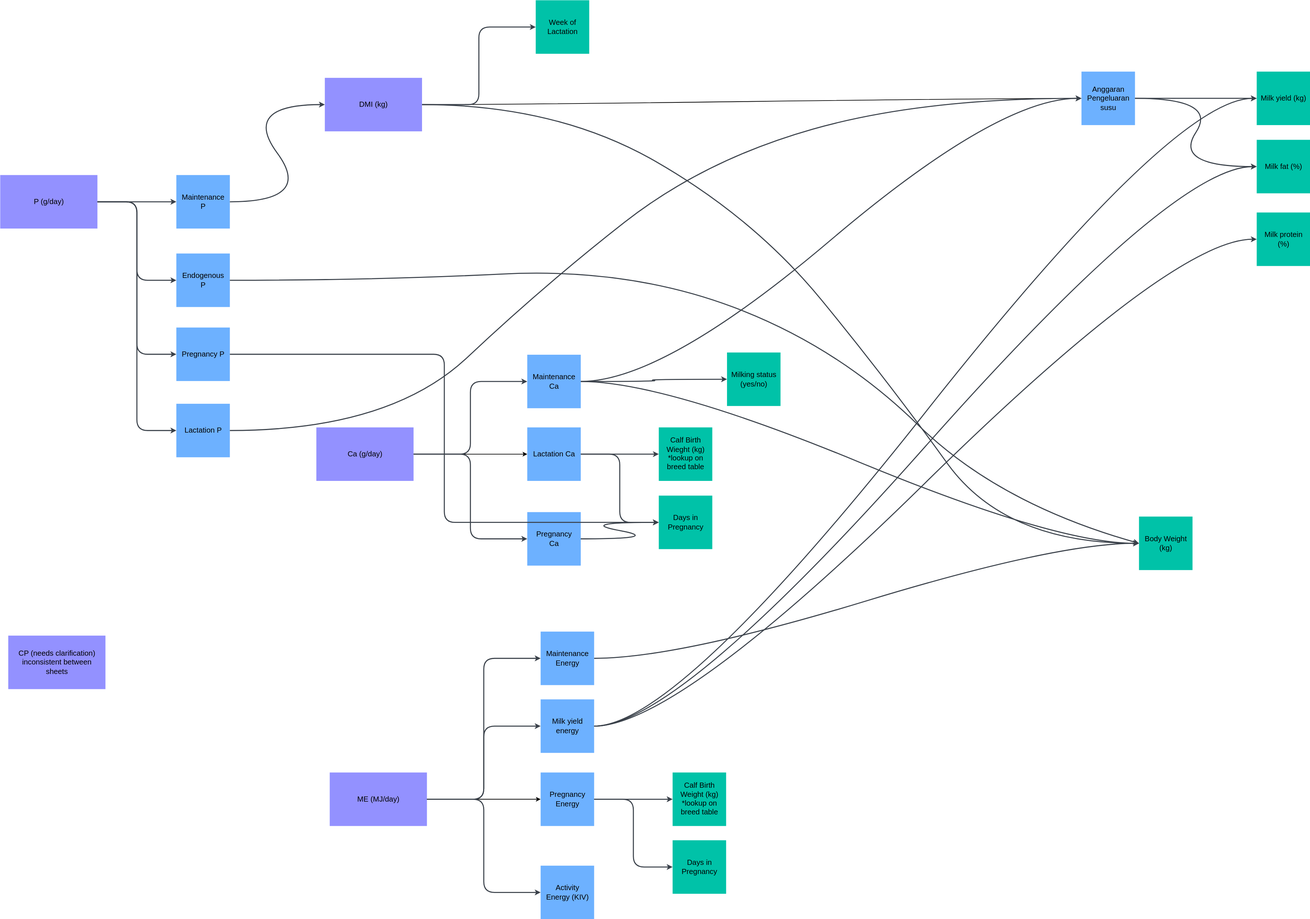
Earlier version of the draw.io export nutrient-requirements.drawio.svg (piperdd/MARDI-diagrams). Source tidied: cells renumbered, new cells last; positions are measured from the earlier drawing's top-left corner, leaving out a move shared by most shapes.
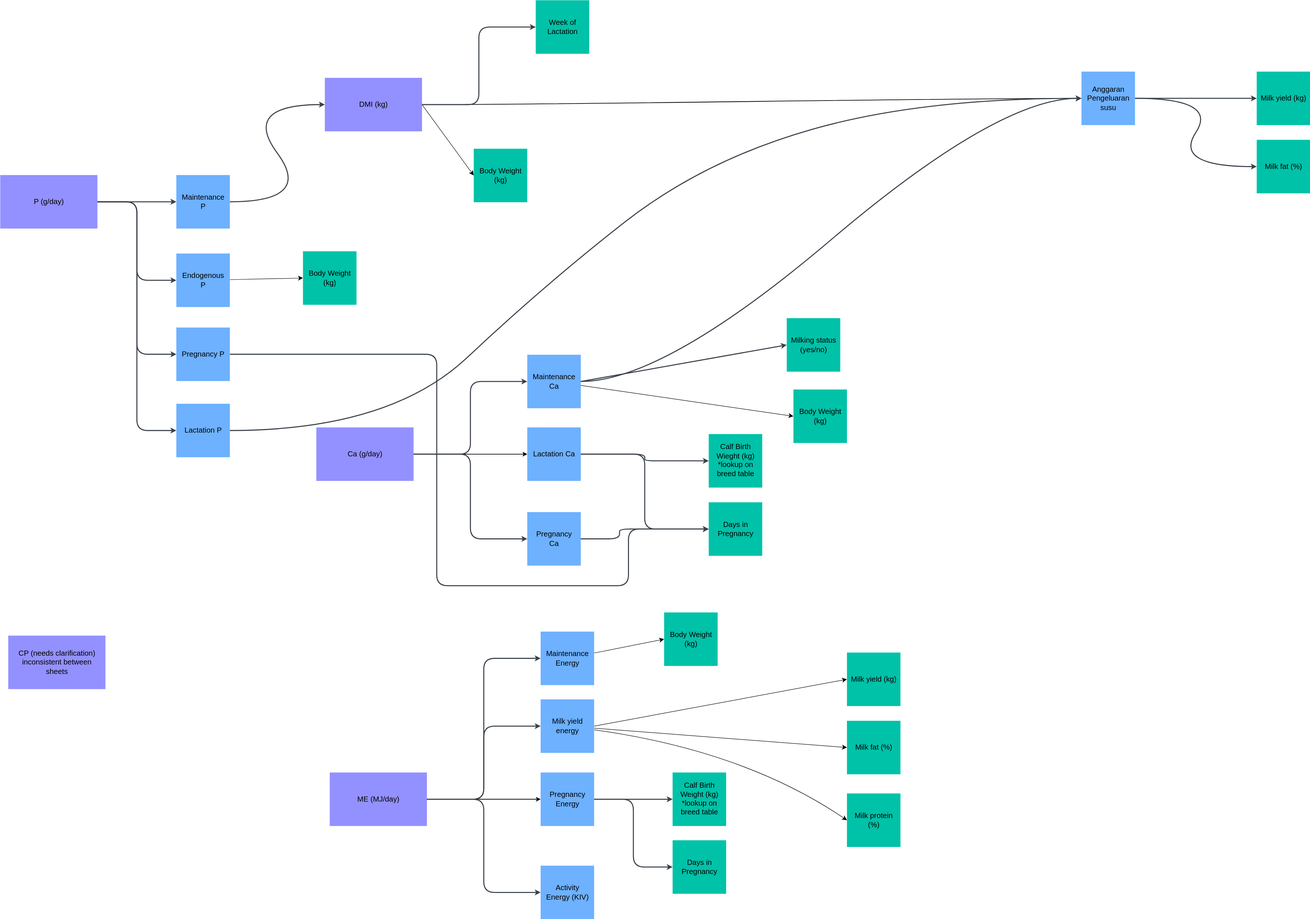
The same file after the commit.

Diff of the diagram source:
```diff
@@ -10,19 +10,12 @@
         </Array>
       </mxGeometry>
     </mxCell>
+    <mxCell id="61" style="edgeStyle=none;curved=1;rounded=0;jettySize=auto;html=1;entryX=0;entryY=0.5;entryDx=0;entryDy=0;fontSize=12;startSize=8;endSize=8;exitX=1;exitY=0.5;exitDx=0;exitDy=0;" parent="1" edge="1" source="3" target="70">
+      <mxGeometry relative="1" as="geometry" />
+    </mxCell>
     <mxCell id="3" value="DMI (kg)" style="html=1;overflow=block;blockSpacing=1;whiteSpace=wrap;fontSize=16.7;spacing=9;strokeColor=none;strokeOpacity=0;fillOpacity=100;fillColor=#9391ff;strokeWidth=0;lucidId=-.CI_wQ8EZIK;" parent="1" vertex="1">
       <mxGeometry x="728" y="174" width="218" height="120" as="geometry" />
     </mxCell>
-    <mxCell id="4" style="html=1;jettySize=18;whiteSpace=wrap;fontSize=13;strokeColor=#3a414a;strokeOpacity=100;strokeWidth=2.3;rounded=1;arcSize=48;curved=1;startArrow=none;exitX=1;exitY=0.5;exitPerimeter=0;entryX=0;entryY=0.5;entryPerimeter=0;lucidId=fp0BFd1WS6S2;" parent="1" edge="1" source="3" target="29">
-      <mxGeometry relative="1" as="geometry">
-        <Array as="points">
-          <mxPoint x="1248" y="234" />
-          <mxPoint x="1692" y="489" />
-          <mxPoint x="1994" y="858" />
-          <mxPoint x="2253" y="1218" />
-        </Array>
-      </mxGeometry>
-    </mxCell>
     <mxCell id="5" value="Week of Lactation" style="html=1;overflow=block;blockSpacing=1;whiteSpace=wrap;fontSize=16.7;align=center;spacing=9;strokeColor=none;strokeOpacity=0;fillOpacity=100;fillColor=#00c2a8;strokeWidth=0;lucidId=Lp0B8JUC1BkQ;" parent="1" vertex="1">
       <mxGeometry x="1201" width="120" height="120" as="geometry" />
     </mxCell>
@@ -63,12 +56,28 @@
     <mxCell id="14" style="html=1;jettySize=18;whiteSpace=wrap;fontSize=13;strokeColor=#3a414a;strokeOpacity=100;strokeWidth=2.3;rounded=1;arcSize=48;edgeStyle=orthogonalEdgeStyle;startArrow=none;exitX=1;exitY=0.5;exitPerimeter=0;entryX=0;entryY=0.5;entryPerimeter=0;lucidId=It0BwNI_YE4~;" parent="1" edge="1" source="13" target="15">
       <mxGeometry relative="1" as="geometry" />
     </mxCell>
+    <mxCell id="62" style="edgeStyle=none;curved=1;rounded=0;jettySize=auto;html=1;entryX=0;entryY=0.5;entryDx=0;entryDy=0;fontSize=12;startSize=8;endSize=8;" parent="1" edge="1" source="15" target="68">
+      <mxGeometry relative="1" as="geometry" />
+    </mxCell>
     <mxCell id="15" value="Maintenance Energy" style="html=1;overflow=block;blockSpacing=1;whiteSpace=wrap;fontSize=16.7;align=center;spacing=9;strokeColor=none;strokeOpacity=0;fillOpacity=100;fillColor=#6db1ff;strokeWidth=0;lucidId=It0B8y7tNSn7;" parent="1" vertex="1">
       <mxGeometry x="1212" y="1416" width="120" height="120" as="geometry" />
     </mxCell>
     <mxCell id="16" style="html=1;jettySize=18;whiteSpace=wrap;fontSize=13;strokeColor=#3a414a;strokeOpacity=100;strokeWidth=2.3;rounded=1;arcSize=48;edgeStyle=orthogonalEdgeStyle;startArrow=none;exitX=1;exitY=0.5;exitPerimeter=0;entryX=0;entryY=0.5;entryPerimeter=0;lucidId=It0BuZKODYbJ;" parent="1" edge="1" source="13" target="17">
       <mxGeometry relative="1" as="geometry" />
     </mxCell>
+    <mxCell id="63" style="edgeStyle=none;curved=1;rounded=0;jettySize=auto;html=1;exitX=1;exitY=0.5;exitDx=0;exitDy=0;entryX=0;entryY=0.5;entryDx=0;entryDy=0;fontSize=12;startSize=8;endSize=8;" parent="1" edge="1" source="17" target="66">
+      <mxGeometry relative="1" as="geometry" />
+    </mxCell>
+    <mxCell id="64" style="edgeStyle=none;curved=1;rounded=0;jettySize=auto;html=1;entryX=0;entryY=0.5;entryDx=0;entryDy=0;fontSize=12;startSize=8;endSize=8;" parent="1" edge="1" source="17" target="67">
+      <mxGeometry relative="1" as="geometry" />
+    </mxCell>
+    <mxCell id="27" style="edgeStyle=none;curved=1;rounded=0;jettySize=auto;html=1;entryX=0;entryY=0.5;entryDx=0;entryDy=0;fontSize=12;startSize=8;endSize=8;" parent="1" edge="1" source="17" target="26">
+      <mxGeometry relative="1" as="geometry">
+        <Array as="points">
+          <mxPoint x="1669" y="1683" />
+        </Array>
+      </mxGeometry>
+    </mxCell>
     <mxCell id="17" value="Milk yield energy" style="html=1;overflow=block;blockSpacing=1;whiteSpace=wrap;fontSize=16.7;align=center;spacing=9;strokeColor=none;strokeOpacity=0;fillOpacity=100;fillColor=#6db1ff;strokeWidth=0;lucidId=It0B3wTUzhui;" parent="1" vertex="1">
       <mxGeometry x="1212" y="1568" width="120" height="120" as="geometry" />
     </mxCell>
@@ -87,46 +96,11 @@
     <mxCell id="22" style="html=1;jettySize=18;whiteSpace=wrap;fontSize=13;strokeColor=#3a414a;strokeOpacity=100;strokeWidth=2.3;rounded=1;arcSize=48;edgeStyle=orthogonalEdgeStyle;startArrow=none;exitX=1;exitY=0.5;exitPerimeter=0;entryX=0;entryY=0.5;entryPerimeter=0;lucidId=It0Buovk8plN;" parent="1" edge="1" source="18" target="20">
       <mxGeometry relative="1" as="geometry" />
     </mxCell>
-    <mxCell id="23" style="html=1;jettySize=18;whiteSpace=wrap;fontSize=13;strokeColor=#3a414a;strokeOpacity=100;strokeWidth=2.3;rounded=1;arcSize=48;curved=1;startArrow=none;exitX=1;exitY=0.5;exitPerimeter=0;entryX=0;entryY=0.5;entryPerimeter=0;lucidId=_v0B9I0oZ-kk;" parent="1" edge="1" source="15" target="29">
-      <mxGeometry relative="1" as="geometry">
-        <Array as="points">
-          <mxPoint x="1519" y="1476" />
-          <mxPoint x="2367" y="1218" />
-        </Array>
-      </mxGeometry>
-    </mxCell>
-    <mxCell id="24" style="html=1;jettySize=18;whiteSpace=wrap;fontSize=13;strokeColor=#3a414a;strokeOpacity=100;strokeWidth=2.3;rounded=1;arcSize=48;curved=1;startArrow=none;exitX=1;exitY=0.5;exitPerimeter=0;entryX=0;entryY=0.5;entryPerimeter=0;lucidId=ex0BpXExhH7K;" parent="1" edge="1" source="17" target="8">
-      <mxGeometry relative="1" as="geometry">
-        <Array as="points">
-          <mxPoint x="1519" y="1628" />
-          <mxPoint x="2631" y="220" />
-        </Array>
-      </mxGeometry>
-    </mxCell>
-    <mxCell id="25" style="html=1;jettySize=18;whiteSpace=wrap;fontSize=13;strokeColor=#3a414a;strokeOpacity=100;strokeWidth=2.3;rounded=1;arcSize=48;curved=1;startArrow=none;exitX=1;exitY=0.5;exitPerimeter=0;entryX=0;entryY=0.5;entryPerimeter=0;lucidId=yx0BDTfGlSse;" parent="1" edge="1" source="17" target="9">
-      <mxGeometry relative="1" as="geometry">
-        <Array as="points">
-          <mxPoint x="1519" y="1628" />
-          <mxPoint x="2631" y="373" />
-        </Array>
-      </mxGeometry>
-    </mxCell>
-    <mxCell id="26" value="Milk protein (%)" style="html=1;overflow=block;blockSpacing=1;whiteSpace=wrap;fontSize=16.7;align=center;spacing=9;strokeColor=none;strokeOpacity=0;fillOpacity=100;fillColor=#00c2a8;strokeWidth=0;lucidId=Sx0Be9ts12Re;" parent="1" vertex="1">
-      <mxGeometry x="2818" y="476" width="120" height="120" as="geometry" />
-    </mxCell>
-    <mxCell id="27" style="html=1;jettySize=18;whiteSpace=wrap;fontSize=13;strokeColor=#3a414a;strokeOpacity=100;strokeWidth=2.3;rounded=1;arcSize=48;curved=1;startArrow=none;exitX=1;exitY=0.5;exitPerimeter=0;entryX=0;entryY=0.5;entryPerimeter=0;lucidId=~x0B9MdRnbCZ;" parent="1" edge="1" source="17" target="26">
-      <mxGeometry relative="1" as="geometry">
-        <Array as="points">
-          <mxPoint x="1519" y="1628" />
-          <mxPoint x="2631" y="536" />
-        </Array>
-      </mxGeometry>
-    </mxCell>
     <mxCell id="28" style="html=1;jettySize=18;whiteSpace=wrap;fontSize=13;strokeOpacity=100;strokeWidth=1.5;rounded=1;arcSize=48;edgeStyle=orthogonalEdgeStyle;startArrow=none;exitX=1;exitY=0.5;exitPerimeter=0;entryX=0;entryY=0.5;entryPerimeter=0;lucidId=PA0BClJXfmCf;" parent="1" edge="1" source="30" target="32">
       <mxGeometry relative="1" as="geometry" />
     </mxCell>
     <mxCell id="29" value="Body Weight (kg)" style="html=1;overflow=block;blockSpacing=1;whiteSpace=wrap;fontSize=16.7;align=center;spacing=9;strokeColor=none;strokeOpacity=0;fillOpacity=100;fillColor=#00c2a8;strokeWidth=0;lucidId=-.CI.5995WXx;" parent="1" vertex="1">
-      <mxGeometry x="2554" y="1158" width="120" height="120" as="geometry" />
+      <mxGeometry x="1779" y="873" width="120" height="120" as="geometry" />
     </mxCell>
     <mxCell id="30" value="Ca (g/day)" style="html=1;overflow=block;blockSpacing=1;whiteSpace=wrap;fontSize=16.7;spacing=9;strokeColor=none;strokeOpacity=0;fillOpacity=100;fillColor=#9391ff;strokeWidth=0;lucidId=PA0B~rLJDDm2;" parent="1" vertex="1">
       <mxGeometry x="709" y="958" width="218" height="120" as="geometry" />
@@ -137,14 +111,17 @@
     <mxCell id="32" value="Lactation Ca" style="html=1;overflow=block;blockSpacing=1;whiteSpace=wrap;fontSize=16.7;spacing=9;verticalAlign=middle;strokeColor=none;strokeOpacity=0;fillOpacity=100;fillColor=#6db1ff;strokeWidth=0;lucidId=PA0Bx-bm_fjn;" parent="1" vertex="1">
       <mxGeometry x="1182" y="958" width="120" height="120" as="geometry" />
     </mxCell>
+    <mxCell id="38" style="edgeStyle=none;curved=1;rounded=0;jettySize=auto;html=1;entryX=0;entryY=0.5;entryDx=0;entryDy=0;fontSize=12;startSize=8;endSize=8;" parent="1" edge="1" source="33" target="29">
+      <mxGeometry relative="1" as="geometry" />
+    </mxCell>
     <mxCell id="33" value="Maintenance Ca" style="html=1;overflow=block;blockSpacing=1;whiteSpace=wrap;fontSize=16.7;align=center;spacing=9;strokeColor=none;strokeOpacity=0;fillOpacity=100;fillColor=#6db1ff;strokeWidth=0;lucidId=PA0BgGe~XNPe;" parent="1" vertex="1">
       <mxGeometry x="1182" y="795" width="120" height="120" as="geometry" />
     </mxCell>
     <mxCell id="34" value="&lt;div style=&quot;display: flex; justify-content: center; text-align: center; align-items: baseline; font-size: 0; line-height: 1.25;margin-top: -2px;&quot;&gt;&lt;span&gt;&lt;span style=&quot;font-size:16.7px;&quot;&gt;Calf Birth Wieght (kg)&#10;&lt;/span&gt;&lt;/span&gt;&lt;/div&gt;&lt;div style=&quot;display: flex; justify-content: center; text-align: center; align-items: baseline; font-size: 0; line-height: 1.25;margin-top: -2px;&quot;&gt;&lt;span&gt;&lt;span style=&quot;font-size:16.7px;&quot;&gt;*lookup on breed table&lt;/span&gt;&lt;/span&gt;&lt;/div&gt;" style="html=1;overflow=block;blockSpacing=1;whiteSpace=wrap;fontSize=13;spacing=9;strokeColor=none;strokeOpacity=0;fillOpacity=100;fillColor=#00c2a8;strokeWidth=0;lucidId=PA0BZOhXQwbc;" parent="1" vertex="1">
-      <mxGeometry x="1477" y="958" width="120" height="120" as="geometry" />
+      <mxGeometry x="1589" y="973" width="120" height="120" as="geometry" />
     </mxCell>
     <mxCell id="35" value="Days in Pregnancy" style="html=1;overflow=block;blockSpacing=1;whiteSpace=wrap;fontSize=16.7;align=center;spacing=9;strokeColor=none;strokeOpacity=0;fillOpacity=100;fillColor=#00c2a8;strokeWidth=0;lucidId=PA0BxWFlWpkd;" parent="1" vertex="1">
-      <mxGeometry x="1477" y="1111" width="120" height="120" as="geometry" />
+      <mxGeometry x="1589" y="1126" width="120" height="120" as="geometry" />
     </mxCell>
     <mxCell id="36" style="html=1;jettySize=18;whiteSpace=wrap;fontSize=13;strokeColor=#3a414a;strokeOpacity=100;strokeWidth=2.3;rounded=1;arcSize=48;edgeStyle=orthogonalEdgeStyle;startArrow=none;exitX=1;exitY=0.5;exitPerimeter=0;entryX=0;entryY=0.5;entryPerimeter=0;lucidId=PA0BfHS~K9mD;" parent="1" edge="1" source="32" target="34">
       <mxGeometry relative="1" as="geometry" />
@@ -152,24 +129,11 @@
     <mxCell id="37" style="html=1;jettySize=18;whiteSpace=wrap;fontSize=13;strokeColor=#3a414a;strokeOpacity=100;strokeWidth=2.3;rounded=1;arcSize=48;edgeStyle=orthogonalEdgeStyle;startArrow=none;exitX=1;exitY=0.5;exitPerimeter=0;entryX=0;entryY=0.5;entryPerimeter=0;lucidId=PA0BI95_Hv3~;" parent="1" edge="1" source="32" target="35">
       <mxGeometry relative="1" as="geometry" />
     </mxCell>
-    <mxCell id="38" style="html=1;jettySize=18;whiteSpace=wrap;fontSize=13;strokeColor=#3a414a;strokeOpacity=100;strokeWidth=2.3;rounded=1;arcSize=48;curved=1;startArrow=none;exitX=1;exitY=0.5;exitPerimeter=0;entryX=0;entryY=0.5;entryPerimeter=0;lucidId=7B0B15g_olwW;" parent="1" edge="1" source="33" target="29">
-      <mxGeometry relative="1" as="geometry">
-        <Array as="points">
-          <mxPoint x="1489" y="855" />
-          <mxPoint x="2367" y="1218" />
-        </Array>
-      </mxGeometry>
-    </mxCell>
     <mxCell id="39" style="html=1;jettySize=18;whiteSpace=wrap;fontSize=13;strokeColor=#3a414a;strokeOpacity=100;strokeWidth=2.3;rounded=1;arcSize=48;curved=1;startArrow=none;exitX=1;exitY=0.5;exitPerimeter=0;entryX=0;entryY=0.5;entryPerimeter=0;lucidId=pC0BxBbwBU_j;" parent="1" edge="1" source="33" target="40">
-      <mxGeometry relative="1" as="geometry">
-        <Array as="points">
-          <mxPoint x="1489" y="855" />
-          <mxPoint x="1442" y="850" />
-        </Array>
-      </mxGeometry>
+      <mxGeometry relative="1" as="geometry" />
     </mxCell>
     <mxCell id="40" value="Milking status (yes/no)" style="html=1;overflow=block;blockSpacing=1;whiteSpace=wrap;fontSize=16.7;align=center;spacing=9;strokeColor=none;strokeOpacity=0;fillOpacity=100;fillColor=#00c2a8;strokeWidth=0;lucidId=aC0BPs3Z7LJX;" parent="1" vertex="1">
-      <mxGeometry x="1630" y="790" width="120" height="120" as="geometry" />
+      <mxGeometry x="1764" y="713" width="120" height="120" as="geometry" />
     </mxCell>
     <mxCell id="41" style="html=1;jettySize=18;whiteSpace=wrap;fontSize=13;strokeColor=#3a414a;strokeOpacity=100;strokeWidth=2.3;rounded=1;arcSize=48;curved=1;startArrow=none;exitX=1;exitY=0.5;exitPerimeter=0;entryX=0;entryY=0.5;entryPerimeter=0;lucidId=mD0B0D9Bqutt;" parent="1" edge="1" source="33" target="7">
       <mxGeometry relative="1" as="geometry">
@@ -182,11 +146,10 @@
     <mxCell id="42" value="Pregnancy Ca" style="html=1;overflow=block;blockSpacing=1;whiteSpace=wrap;fontSize=16.7;spacing=9;verticalAlign=middle;strokeColor=none;strokeOpacity=0;fillOpacity=100;fillColor=#6db1ff;strokeWidth=0;lucidId=KF0B4-Sv6j4-;" parent="1" vertex="1">
       <mxGeometry x="1182" y="1148" width="120" height="120" as="geometry" />
     </mxCell>
-    <mxCell id="43" style="html=1;jettySize=18;whiteSpace=wrap;fontSize=13;strokeColor=#3a414a;strokeOpacity=100;strokeWidth=2.3;rounded=1;arcSize=48;curved=1;startArrow=none;exitX=1;exitY=0.5;exitPerimeter=0;entryX=0;entryY=0.5;entryPerimeter=0;lucidId=.F0BYDmf~8u8;" parent="1" edge="1" source="42" target="35">
+    <mxCell id="43" style="html=1;jettySize=18;whiteSpace=wrap;fontSize=13;strokeColor=#3a414a;strokeOpacity=100;strokeWidth=2.3;rounded=1;arcSize=48;startArrow=none;exitX=1;exitY=0.5;exitPerimeter=0;entryX=0;entryY=0.5;entryPerimeter=0;lucidId=.F0BYDmf~8u8;edgeStyle=elbowEdgeStyle;curved=0;" parent="1" edge="1" source="42" target="35">
       <mxGeometry relative="1" as="geometry">
         <Array as="points">
-          <mxPoint x="1489" y="1208" />
-          <mxPoint x="1290" y="1171" />
+          <mxPoint x="1389" y="1193" />
         </Array>
       </mxGeometry>
     </mxCell>
@@ -215,6 +178,9 @@
         </Array>
       </mxGeometry>
     </mxCell>
+    <mxCell id="65" style="edgeStyle=none;curved=1;rounded=0;jettySize=auto;html=1;entryX=0;entryY=0.5;entryDx=0;entryDy=0;fontSize=12;startSize=8;endSize=8;" parent="1" edge="1" source="49" target="69">
+      <mxGeometry relative="1" as="geometry" />
+    </mxCell>
     <mxCell id="49" value="Endogenous P" style="html=1;overflow=block;blockSpacing=1;whiteSpace=wrap;fontSize=16.7;align=center;spacing=9;strokeColor=none;strokeOpacity=0;fillOpacity=100;fillColor=#6db1ff;strokeWidth=0;lucidId=rU0BP6WBYx_1;" parent="1" vertex="1">
       <mxGeometry x="395" y="568" width="120" height="120" as="geometry" />
     </mxCell>
@@ -233,18 +199,15 @@
     <mxCell id="54" style="html=1;jettySize=18;whiteSpace=wrap;fontSize=13;strokeColor=#3a414a;strokeOpacity=100;strokeWidth=2.3;rounded=1;arcSize=48;edgeStyle=orthogonalEdgeStyle;startArrow=none;exitX=1;exitY=0.5;exitPerimeter=0;entryX=0;entryY=0.5;entryPerimeter=0;lucidId=BV0B7urmZ1Qt;" parent="1" edge="1" source="45" target="51">
       <mxGeometry relative="1" as="geometry" />
     </mxCell>
-    <mxCell id="55" style="html=1;jettySize=18;whiteSpace=wrap;fontSize=13;strokeColor=#3a414a;strokeOpacity=100;strokeWidth=2.3;rounded=1;arcSize=48;curved=1;startArrow=none;exitX=1;exitY=0.5;exitPerimeter=0;entryX=0;entryY=0.5;entryPerimeter=0;lucidId=TV0B4GahtZ4-;" parent="1" edge="1" source="49" target="29">
-      <mxGeometry relative="1" as="geometry">
-        <Array as="points">
-          <mxPoint x="843" y="628" />
-          <mxPoint x="1409" y="600" />
-          <mxPoint x="1878" y="776" />
-          <mxPoint x="2239" y="1129" />
-        </Array>
-      </mxGeometry>
-    </mxCell>
     <mxCell id="56" style="html=1;jettySize=18;whiteSpace=wrap;fontSize=13;strokeColor=#3a414a;strokeOpacity=100;strokeWidth=2.3;rounded=1;arcSize=48;edgeStyle=orthogonalEdgeStyle;startArrow=none;exitX=1;exitY=0.5;exitPerimeter=0;entryX=0;entryY=0.5;entryPerimeter=0;lucidId=nW0BOS5WVRo5;" parent="1" edge="1" source="50" target="35">
-      <mxGeometry relative="1" as="geometry" />
+      <mxGeometry relative="1" as="geometry">
+        <Array as="points">
+          <mxPoint x="979" y="794" />
+          <mxPoint x="979" y="1313" />
+          <mxPoint x="1409" y="1313" />
+          <mxPoint x="1409" y="1186" />
+        </Array>
+      </mxGeometry>
     </mxCell>
     <mxCell id="57" style="html=1;jettySize=18;whiteSpace=wrap;fontSize=13;strokeColor=#3a414a;strokeOpacity=100;strokeWidth=2.3;rounded=1;arcSize=48;curved=1;startArrow=none;exitX=1;exitY=0.5;exitPerimeter=0;entryX=0;entryY=0.5;entryPerimeter=0;lucidId=OX0BgBnyNMfT;" parent="1" edge="1" source="51" target="7">
       <mxGeometry relative="1" as="geometry">
@@ -265,5 +228,23 @@
     <mxCell id="60" value="CP (needs clarification)&#10;inconsistent between sheets" style="html=1;overflow=block;blockSpacing=1;whiteSpace=wrap;fontSize=16.7;spacing=9;strokeColor=none;strokeOpacity=0;fillOpacity=100;fillColor=#9391ff;strokeWidth=0;lucidId=_25B8Nfx6Ksg;" parent="1" vertex="1">
       <mxGeometry x="18" y="1425" width="218" height="120" as="geometry" />
     </mxCell>
+    <mxCell id="66" value="Milk yield (kg)" style="html=1;overflow=block;blockSpacing=1;whiteSpace=wrap;fontSize=16.7;align=center;spacing=9;strokeColor=none;strokeOpacity=0;fillOpacity=100;fillColor=#00c2a8;strokeWidth=0;lucidId=2r0BUfqhLDWU;" parent="1" vertex="1">
+      <mxGeometry x="1899" y="1463" width="120" height="120" as="geometry" />
+    </mxCell>
+    <mxCell id="67" value="Milk fat (%)" style="html=1;overflow=block;blockSpacing=1;whiteSpace=wrap;fontSize=16.7;align=center;spacing=9;strokeColor=none;strokeOpacity=0;fillOpacity=100;fillColor=#00c2a8;strokeWidth=0;lucidId=Zr0B31Lxg8w1;" parent="1" vertex="1">
+      <mxGeometry x="1899" y="1616" width="120" height="120" as="geometry" />
+    </mxCell>
+    <mxCell id="26" value="Milk protein (%)" style="html=1;overflow=block;blockSpacing=1;whiteSpace=wrap;fontSize=16.7;align=center;spacing=9;strokeColor=none;strokeOpacity=0;fillOpacity=100;fillColor=#00c2a8;strokeWidth=0;lucidId=Sx0Be9ts12Re;" parent="1" vertex="1">
+      <mxGeometry x="1899" y="1779" width="120" height="120" as="geometry" />
+    </mxCell>
+    <mxCell id="68" value="Body Weight (kg)" style="html=1;overflow=block;blockSpacing=1;whiteSpace=wrap;fontSize=16.7;align=center;spacing=9;strokeColor=none;strokeOpacity=0;fillOpacity=100;fillColor=#00c2a8;strokeWidth=0;lucidId=-.CI.5995WXx;" parent="1" vertex="1">
+      <mxGeometry x="1489" y="1373" width="120" height="120" as="geometry" />
+    </mxCell>
+    <mxCell id="69" value="Body Weight (kg)" style="html=1;overflow=block;blockSpacing=1;whiteSpace=wrap;fontSize=16.7;align=center;spacing=9;strokeColor=none;strokeOpacity=0;fillOpacity=100;fillColor=#00c2a8;strokeWidth=0;lucidId=-.CI.5995WXx;" parent="1" vertex="1">
+      <mxGeometry x="679" y="563" width="120" height="120" as="geometry" />
+    </mxCell>
+    <mxCell id="70" value="Body Weight (kg)" style="html=1;overflow=block;blockSpacing=1;whiteSpace=wrap;fontSize=16.7;align=center;spacing=9;strokeColor=none;strokeOpacity=0;fillOpacity=100;fillColor=#00c2a8;strokeWidth=0;lucidId=-.CI.5995WXx;" parent="1" vertex="1">
+      <mxGeometry x="1062" y="333" width="120" height="120" as="geometry" />
+    </mxCell>
   </root>
 </mxGraphModel>
```
